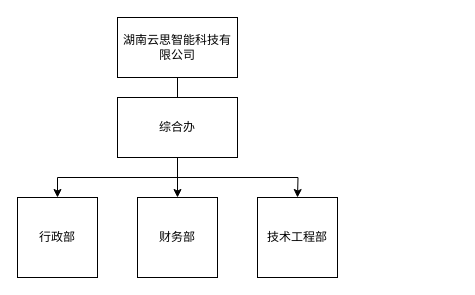
linweihongvicky/mydrawio keeps this draw.io diagram as 未命名绘图.drawio. Above is the earlier version. Source tidied: cells renumbered, new cells numbered last; positions are measured from the earlier drawing's top-left corner, leaving out a move shared by most shapes. Both pictures are drawn from the tidied source at 100%, with x=0, y=0 at pixel (17, 17).
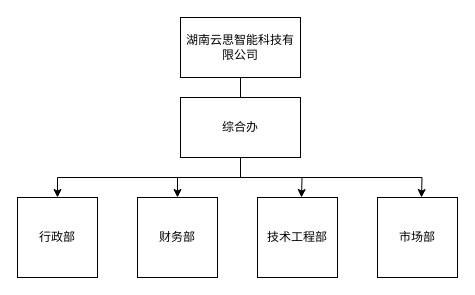
The same page after the edit.

Commit message (it also covers changes not shown here):
云思组织架构图.drawio

What changed in the source:
```diff
@@
 <mxGraphModel>
   <root>
     <mxCell id="0" />
     <mxCell id="1" parent="0" />
     <mxCell id="2" value="湖南云思智能科技有限公司" style="rounded=0;whiteSpace=wrap;html=1;" parent="1" vertex="1">
-      <mxGeometry x="100" width="120" height="60" as="geometry" />
+      <mxGeometry x="163" width="120" height="60" as="geometry" />
     </mxCell>
     <mxCell id="3" value="综合办" style="rounded=0;whiteSpace=wrap;html=1;" parent="1" vertex="1">
-      <mxGeometry x="100" y="80" width="120" height="60" as="geometry" />
+      <mxGeometry x="163" y="80" width="120" height="60" as="geometry" />
     </mxCell>
     <mxCell id="4" style="endArrow=none;html=1;rounded=0;" parent="1" edge="1" source="3" target="2">
       <mxGeometry relative="1" as="geometry" />
     </mxCell>
     <mxCell id="5" value="技术工程部" style="whiteSpace=wrap;html=1;" parent="1" vertex="1">
       <mxGeometry x="240" y="180" width="80" height="80" as="geometry" />
     </mxCell>
     <mxCell id="6" value="财务部" style="whiteSpace=wrap;html=1;" parent="1" vertex="1">
       <mxGeometry x="120" y="180" width="80" height="80" as="geometry" />
     </mxCell>
     <mxCell id="7" value="行政部" style="whiteSpace=wrap;html=1;" parent="1" vertex="1">
       <mxGeometry y="180" width="80" height="80" as="geometry" />
     </mxCell>
     <mxCell id="8" style="endArrow=classic;html=1;rounded=0;entryX=0.5;entryY=0;entryDx=0;entryDy=0;edgeStyle=orthogonalEdgeStyle;exitX=0.5;exitY=1;exitDx=0;exitDy=0;" parent="1" edge="1" source="3" target="7">
       <mxGeometry relative="1" as="geometry" />
     </mxCell>
     <mxCell id="9" style="endArrow=classic;html=1;rounded=0;entryX=0.5;entryY=0;entryDx=0;entryDy=0;edgeStyle=orthogonalEdgeStyle;exitX=0.5;exitY=1;exitDx=0;exitDy=0;" parent="1" edge="1" source="3" target="6">
       <mxGeometry relative="1" as="geometry" />
     </mxCell>
     <mxCell id="10" style="endArrow=classic;html=1;rounded=0;entryX=0.5;entryY=0;entryDx=0;entryDy=0;edgeStyle=orthogonalEdgeStyle;exitX=0.5;exitY=1;exitDx=0;exitDy=0;" parent="1" edge="1" source="3">
       <mxGeometry relative="1" as="geometry">
-        <mxPoint x="280" y="180" as="targetPoint" />
+        <mxPoint x="284" y="180" as="targetPoint" />
       </mxGeometry>
     </mxCell>
+    <mxCell id="11" value="市场部" style="whiteSpace=wrap;html=1;" parent="1" vertex="1">
+      <mxGeometry x="360" y="180" width="80" height="80" as="geometry" />
+    </mxCell>
+    <mxCell id="12" style="endArrow=classic;html=1;rounded=0;entryX=0.5;entryY=0;entryDx=0;entryDy=0;edgeStyle=orthogonalEdgeStyle;exitX=0.5;exitY=1;exitDx=0;exitDy=0;" parent="1" edge="1" source="3">
+      <mxGeometry relative="1" as="geometry">
+        <mxPoint x="404" y="180" as="targetPoint" />
+      </mxGeometry>
+    </mxCell>
   </root>
 </mxGraphModel>
```
